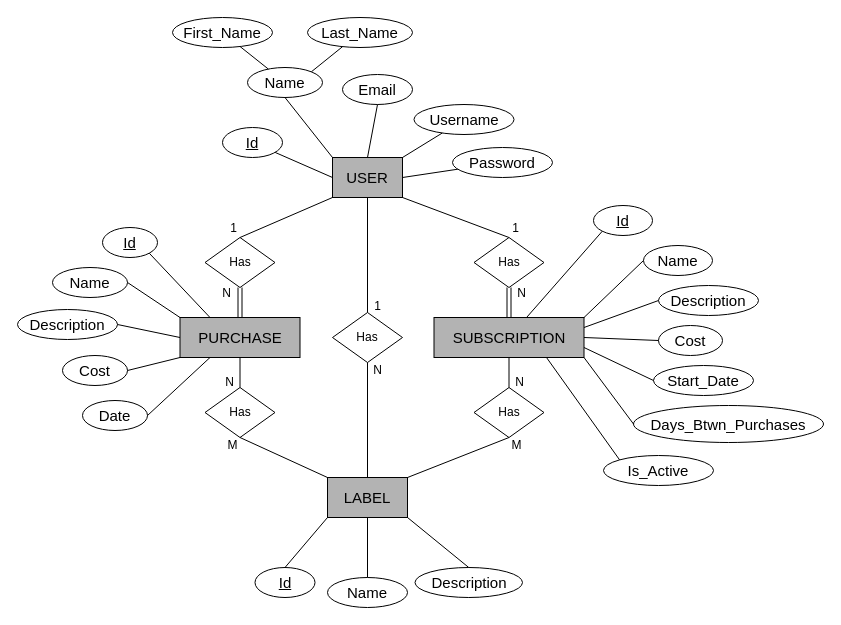
Before: diagrams/Spendthrift_ER_Diagram_1.0.drawio in honey-ham/spendthrift-db, a draw.io diagram. Source tidied: cells renumbered, new cells numbered last; positions are measured from the earlier drawing's top-left corner, leaving out a move shared by most shapes. Both pictures are drawn from the tidied source at 100%, with x=0, y=0 at pixel (17, 17).
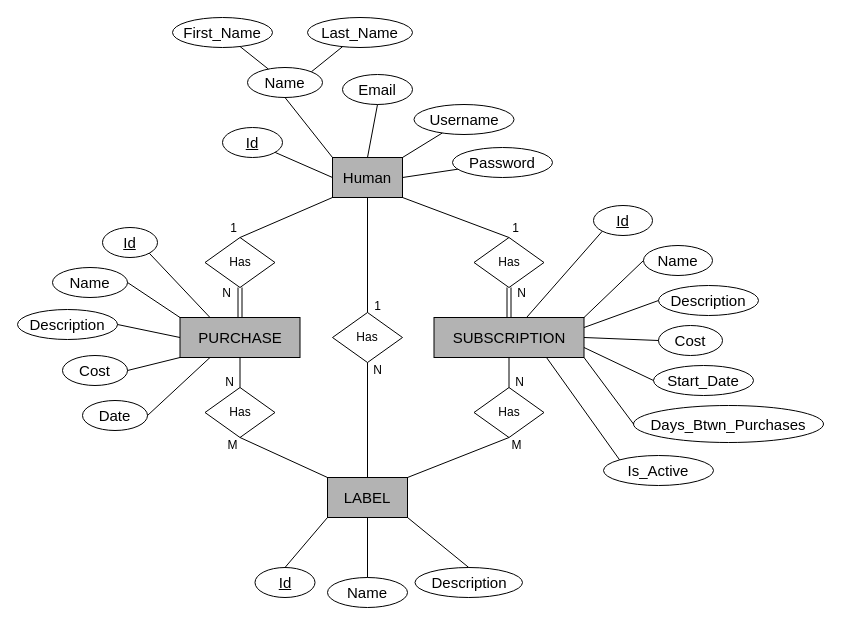
The same page after the edit.

What changed in the source:
```diff
@@
-    <mxCell id="3" value="&lt;font style=&quot;font-size: 15px;&quot;&gt;USER&lt;/font&gt;" style="rounded=0;whiteSpace=wrap;html=1;fillColor=#B3B3B3;strokeColor=#000000;" parent="1" vertex="1">
+    <mxCell id="3" value="&lt;font style=&quot;font-size: 15px;&quot;&gt;Human&lt;/font&gt;" style="rounded=0;whiteSpace=wrap;html=1;fillColor=#B3B3B3;strokeColor=#000000;" parent="1" vertex="1">
       <mxGeometry x="315" y="140" width="70" height="40" as="geometry" />
     </mxCell>
```
